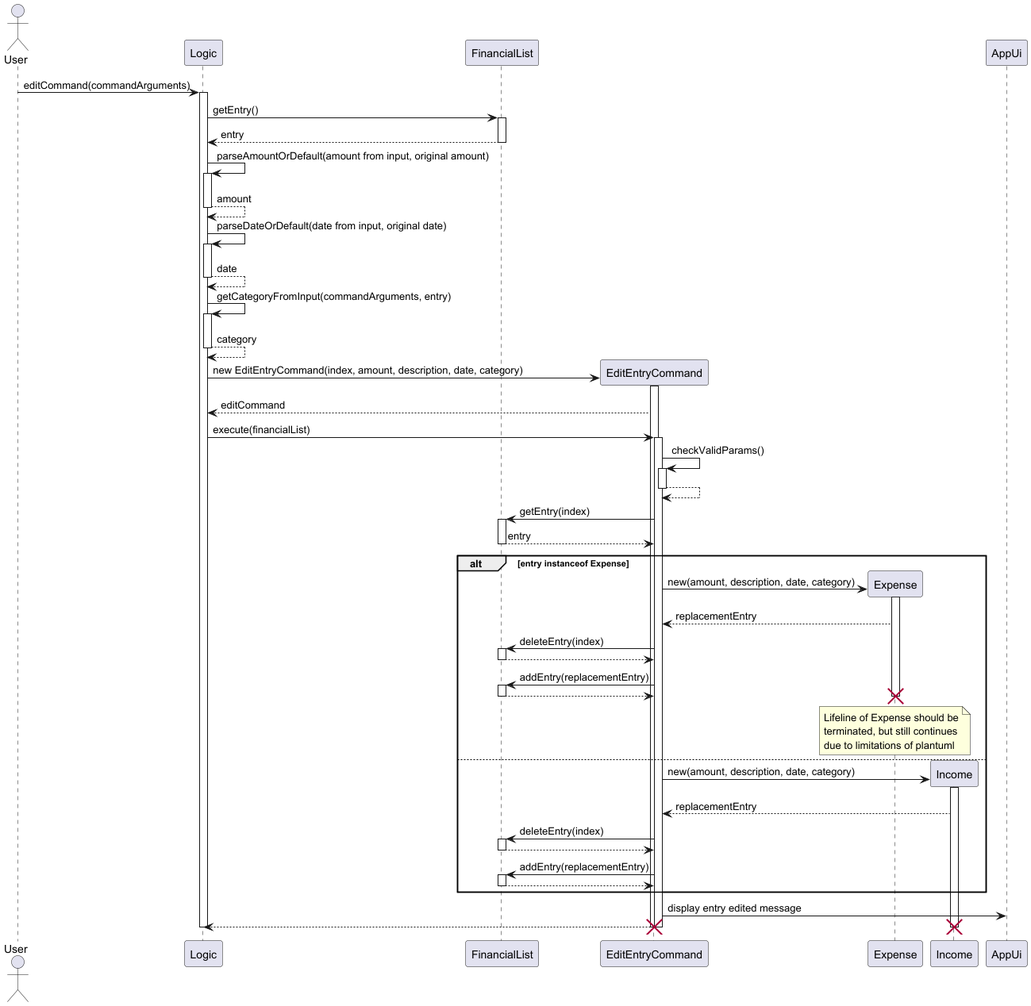
This is docs/UML/editEntryCommandSequence.png from nus-cs2113-AY2425S1/tp, a PlantUML export, as it was before one commit.
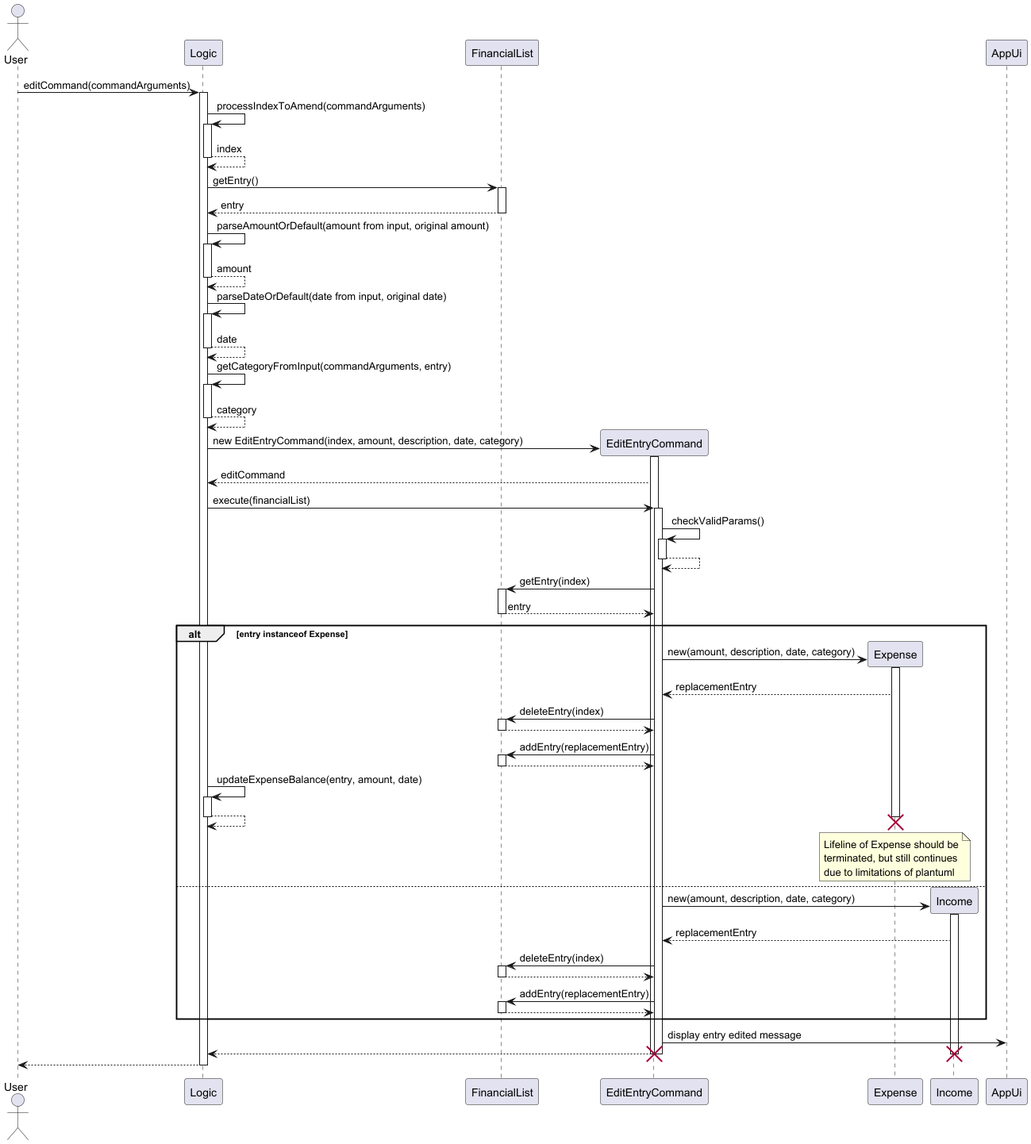
Later version of the same file.

What changed in the source:
```diff
@@ -8,6 +8,10 @@
 
 User -> Logic: editCommand(commandArguments)
 activate Logic
+
+Logic -> Logic: processIndexToAmend(commandArguments)
+activate Logic
+return index
 
 Logic -> FinancialList: getEntry()
 activate FinancialList
@@ -52,6 +56,9 @@
     EditEntryCommand -> FinancialList: addEntry(replacementEntry)
     activate FinancialList
     return
+    Logic -> Logic: updateExpenseBalance(entry, amount, date)
+    activate Logic
+    return
     deactivate Expense
     destroy Expense
     note over Expense
@@ -81,6 +88,7 @@
 destroy Income
 deactivate EditEntryCommand
 destroy EditEntryCommand
+Logic --> User
 deactivate Logic
 
 @enduml
```
